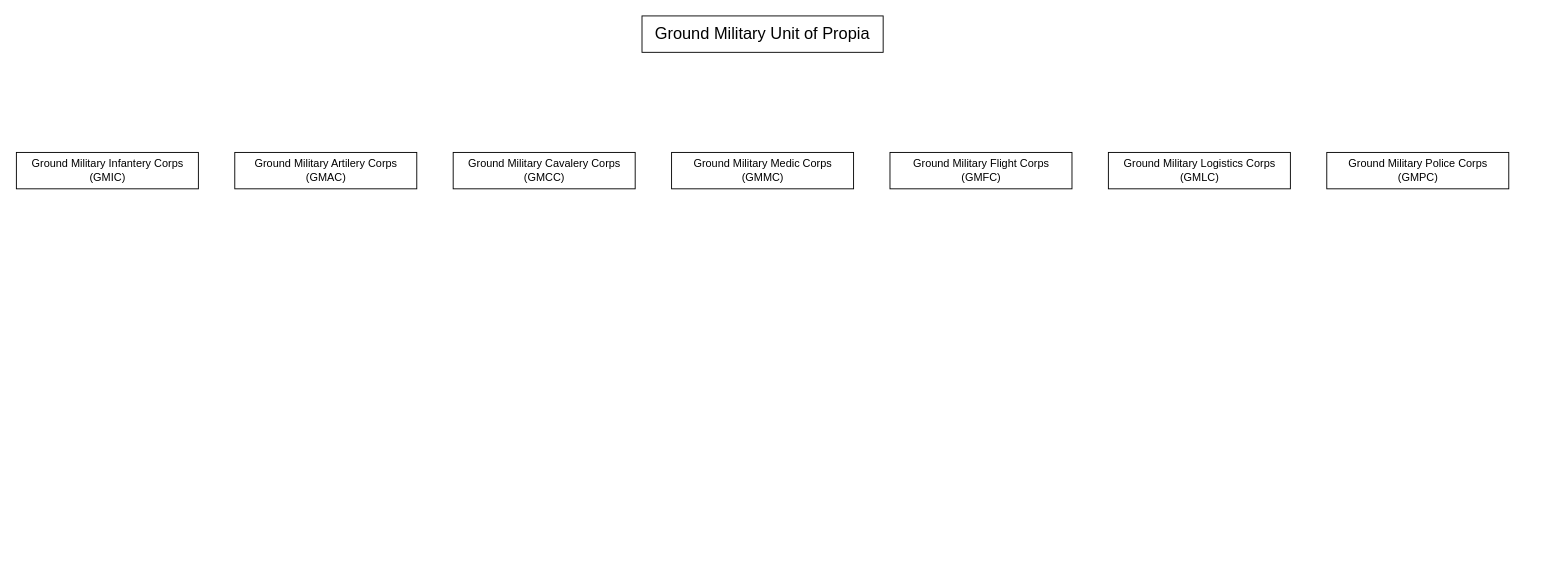
Above: Note Project Core/Military Branch.drawio in maulanaaghnii/propia (draw.io), before the change. Source tidied: cells renumbered, new cells numbered last; positions are measured from the earlier drawing's top-left corner, leaving out a move shared by most shapes. Both pictures are drawn from the tidied source at 91%, with x=0, y=0 at pixel (15, 15).
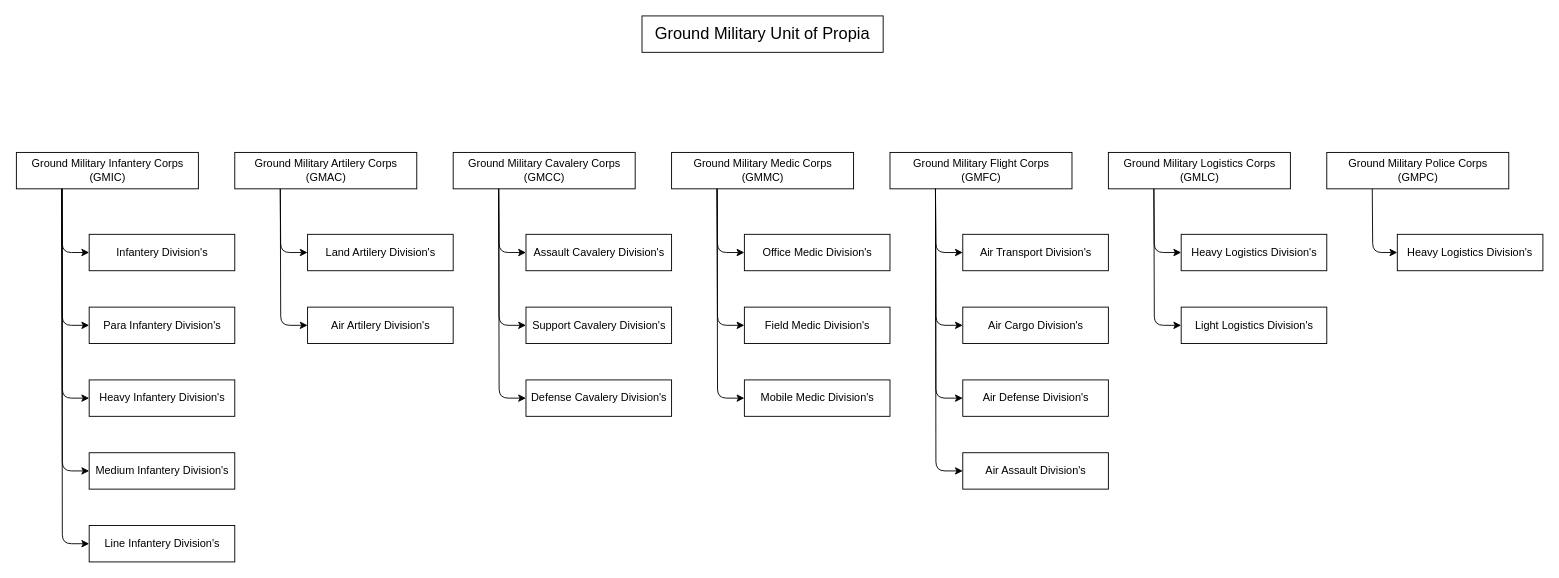
Above is the later version.

The change refers to these unchanged cells:
```xml
<mxCell id="3" value="Ground Military Infantery Corps&lt;br&gt;(GMIC)" style="rounded=0;whiteSpace=wrap;html=1;" parent="1" vertex="1">
  <mxGeometry x="0.5" y="150" width="200" height="40" as="geometry" />
</mxCell>
<mxCell id="7" value="Ground Military Police Corps&lt;br&gt;(GMPC)" style="rounded=0;whiteSpace=wrap;html=1;" parent="1" vertex="1">
  <mxGeometry x="1440.5" y="150" width="200" height="40" as="geometry" />
</mxCell>
```

The edit, as a diff of the source:
```diff
@@
+    <mxCell id="10" value="Infantery Division's" style="rounded=0;whiteSpace=wrap;html=1;" parent="1" vertex="1">
+      <mxGeometry x="80.5" y="240" width="160" height="40" as="geometry" />
+    </mxCell>
+    <mxCell id="11" value="Heavy Infantery Division's" style="rounded=0;whiteSpace=wrap;html=1;" parent="1" vertex="1">
+      <mxGeometry x="80.5" y="400" width="160" height="40" as="geometry" />
+    </mxCell>
+    <mxCell id="12" value="Para Infantery Division's" style="rounded=0;whiteSpace=wrap;html=1;" parent="1" vertex="1">
+      <mxGeometry x="80.5" y="320" width="160" height="40" as="geometry" />
+    </mxCell>
+    <mxCell id="13" value="Medium Infantery Division's" style="rounded=0;whiteSpace=wrap;html=1;" parent="1" vertex="1">
+      <mxGeometry x="80.5" y="480" width="160" height="40" as="geometry" />
+    </mxCell>
+    <mxCell id="14" value="Line Infantery Division's" style="rounded=0;whiteSpace=wrap;html=1;" parent="1" vertex="1">
+      <mxGeometry x="80.5" y="560" width="160" height="40" as="geometry" />
+    </mxCell>
+    <mxCell id="15" style="endArrow=classic;html=1;exitX=0.25;exitY=1;exitDx=0;exitDy=0;entryX=0;entryY=0.5;entryDx=0;entryDy=0;" parent="1" edge="1" source="3" target="14">
+      <mxGeometry relative="1" as="geometry">
+        <Array as="points">
+          <mxPoint x="51" y="580" />
+        </Array>
+      </mxGeometry>
+    </mxCell>
+    <mxCell id="16" style="endArrow=classic;html=1;exitX=0.25;exitY=1;exitDx=0;exitDy=0;entryX=0;entryY=0.5;entryDx=0;entryDy=0;" parent="1" edge="1" source="3" target="13">
+      <mxGeometry relative="1" as="geometry">
+        <Array as="points">
+          <mxPoint x="51" y="500" />
+        </Array>
+      </mxGeometry>
+    </mxCell>
+    <mxCell id="17" style="endArrow=classic;html=1;exitX=0.25;exitY=1;exitDx=0;exitDy=0;entryX=0;entryY=0.5;entryDx=0;entryDy=0;" parent="1" edge="1" source="3" target="11">
+      <mxGeometry relative="1" as="geometry">
+        <Array as="points">
+          <mxPoint x="51" y="420" />
+        </Array>
+      </mxGeometry>
+    </mxCell>
+    <mxCell id="18" style="endArrow=classic;html=1;exitX=0.25;exitY=1;exitDx=0;exitDy=0;entryX=0;entryY=0.5;entryDx=0;entryDy=0;" parent="1" edge="1" source="3" target="12">
+      <mxGeometry relative="1" as="geometry">
+        <Array as="points">
+          <mxPoint x="51" y="340" />
+        </Array>
+      </mxGeometry>
+    </mxCell>
+    <mxCell id="19" style="endArrow=classic;html=1;exitX=0.25;exitY=1;exitDx=0;exitDy=0;entryX=0;entryY=0.5;entryDx=0;entryDy=0;" parent="1" edge="1" source="3" target="10">
+      <mxGeometry relative="1" as="geometry">
+        <Array as="points">
+          <mxPoint x="51" y="260" />
+        </Array>
+      </mxGeometry>
+    </mxCell>
+    <mxCell id="20" value="Land Artilery Division's" style="rounded=0;whiteSpace=wrap;html=1;" parent="1" vertex="1">
+      <mxGeometry x="320.5" y="240" width="160" height="40" as="geometry" />
+    </mxCell>
+    <mxCell id="21" value="Air Artilery Division's" style="rounded=0;whiteSpace=wrap;html=1;" parent="1" vertex="1">
+      <mxGeometry x="320.5" y="320" width="160" height="40" as="geometry" />
+    </mxCell>
+    <mxCell id="22" style="endArrow=classic;html=1;exitX=0.25;exitY=1;exitDx=0;exitDy=0;entryX=0;entryY=0.5;entryDx=0;entryDy=0;" parent="1" edge="1">
+      <mxGeometry relative="1" as="geometry">
+        <mxPoint x="290.5" y="190" as="sourcePoint" />
+        <mxPoint x="320.5" y="340" as="targetPoint" />
+        <Array as="points">
+          <mxPoint x="291" y="340" />
+        </Array>
+      </mxGeometry>
+    </mxCell>
+    <mxCell id="23" style="endArrow=classic;html=1;exitX=0.25;exitY=1;exitDx=0;exitDy=0;entryX=0;entryY=0.5;entryDx=0;entryDy=0;" parent="1" edge="1">
+      <mxGeometry relative="1" as="geometry">
+        <mxPoint x="290.5" y="190" as="sourcePoint" />
+        <mxPoint x="320.5" y="260" as="targetPoint" />
+        <Array as="points">
+          <mxPoint x="291" y="260" />
+        </Array>
+      </mxGeometry>
+    </mxCell>
+    <mxCell id="24" value="Assault Cavalery Division's" style="rounded=0;whiteSpace=wrap;html=1;" parent="1" vertex="1">
+      <mxGeometry x="560.5" y="240" width="160" height="40" as="geometry" />
+    </mxCell>
+    <mxCell id="25" value="Defense Cavalery Division's" style="rounded=0;whiteSpace=wrap;html=1;" parent="1" vertex="1">
+      <mxGeometry x="560.5" y="400" width="160" height="40" as="geometry" />
+    </mxCell>
+    <mxCell id="26" value="Support Cavalery Division's" style="rounded=0;whiteSpace=wrap;html=1;" parent="1" vertex="1">
+      <mxGeometry x="560.5" y="320" width="160" height="40" as="geometry" />
+    </mxCell>
+    <mxCell id="27" style="endArrow=classic;html=1;exitX=0.25;exitY=1;exitDx=0;exitDy=0;entryX=0;entryY=0.5;entryDx=0;entryDy=0;" parent="1" edge="1">
+      <mxGeometry relative="1" as="geometry">
+        <mxPoint x="530.5" y="190" as="sourcePoint" />
+        <mxPoint x="560.5" y="420" as="targetPoint" />
+        <Array as="points">
+          <mxPoint x="531" y="420" />
+        </Array>
+      </mxGeometry>
+    </mxCell>
+    <mxCell id="28" style="endArrow=classic;html=1;exitX=0.25;exitY=1;exitDx=0;exitDy=0;entryX=0;entryY=0.5;entryDx=0;entryDy=0;" parent="1" edge="1">
+      <mxGeometry relative="1" as="geometry">
+        <mxPoint x="530.5" y="190" as="sourcePoint" />
+        <mxPoint x="560.5" y="340" as="targetPoint" />
+        <Array as="points">
+          <mxPoint x="531" y="340" />
+        </Array>
+      </mxGeometry>
+    </mxCell>
+    <mxCell id="29" style="endArrow=classic;html=1;exitX=0.25;exitY=1;exitDx=0;exitDy=0;entryX=0;entryY=0.5;entryDx=0;entryDy=0;" parent="1" edge="1">
+      <mxGeometry relative="1" as="geometry">
+        <mxPoint x="530.5" y="190" as="sourcePoint" />
+        <mxPoint x="560.5" y="260" as="targetPoint" />
+        <Array as="points">
+          <mxPoint x="531" y="260" />
+        </Array>
+      </mxGeometry>
+    </mxCell>
+    <mxCell id="30" value="Office Medic Division's" style="rounded=0;whiteSpace=wrap;html=1;" parent="1" vertex="1">
+      <mxGeometry x="800.5" y="240" width="160" height="40" as="geometry" />
+    </mxCell>
+    <mxCell id="31" value="Mobile Medic Division's" style="rounded=0;whiteSpace=wrap;html=1;" parent="1" vertex="1">
+      <mxGeometry x="800.5" y="400" width="160" height="40" as="geometry" />
+    </mxCell>
+    <mxCell id="32" value="Field Medic Division's" style="rounded=0;whiteSpace=wrap;html=1;" parent="1" vertex="1">
+      <mxGeometry x="800.5" y="320" width="160" height="40" as="geometry" />
+    </mxCell>
+    <mxCell id="33" style="endArrow=classic;html=1;exitX=0.25;exitY=1;exitDx=0;exitDy=0;entryX=0;entryY=0.5;entryDx=0;entryDy=0;" parent="1" edge="1">
+      <mxGeometry relative="1" as="geometry">
+        <mxPoint x="770.5" y="190" as="sourcePoint" />
+        <mxPoint x="800.5" y="420" as="targetPoint" />
+        <Array as="points">
+          <mxPoint x="771" y="420" />
+        </Array>
+      </mxGeometry>
+    </mxCell>
+    <mxCell id="34" style="endArrow=classic;html=1;exitX=0.25;exitY=1;exitDx=0;exitDy=0;entryX=0;entryY=0.5;entryDx=0;entryDy=0;" parent="1" edge="1">
+      <mxGeometry relative="1" as="geometry">
+        <mxPoint x="770.5" y="190" as="sourcePoint" />
+        <mxPoint x="800.5" y="340" as="targetPoint" />
+        <Array as="points">
+          <mxPoint x="771" y="340" />
+        </Array>
+      </mxGeometry>
+    </mxCell>
+    <mxCell id="35" style="endArrow=classic;html=1;exitX=0.25;exitY=1;exitDx=0;exitDy=0;entryX=0;entryY=0.5;entryDx=0;entryDy=0;" parent="1" edge="1">
+      <mxGeometry relative="1" as="geometry">
+        <mxPoint x="770.5" y="190" as="sourcePoint" />
+        <mxPoint x="800.5" y="260" as="targetPoint" />
+        <Array as="points">
+          <mxPoint x="771" y="260" />
+        </Array>
+      </mxGeometry>
+    </mxCell>
+    <mxCell id="36" value="Air Transport Division's" style="rounded=0;whiteSpace=wrap;html=1;" parent="1" vertex="1">
+      <mxGeometry x="1040.5" y="240" width="160" height="40" as="geometry" />
+    </mxCell>
+    <mxCell id="37" value="Air Defense Division's" style="rounded=0;whiteSpace=wrap;html=1;" parent="1" vertex="1">
+      <mxGeometry x="1040.5" y="400" width="160" height="40" as="geometry" />
+    </mxCell>
+    <mxCell id="38" value="Air Cargo Division's" style="rounded=0;whiteSpace=wrap;html=1;" parent="1" vertex="1">
+      <mxGeometry x="1040.5" y="320" width="160" height="40" as="geometry" />
+    </mxCell>
+    <mxCell id="39" value="Air Assault Division's" style="rounded=0;whiteSpace=wrap;html=1;" parent="1" vertex="1">
+      <mxGeometry x="1040.5" y="480" width="160" height="40" as="geometry" />
+    </mxCell>
+    <mxCell id="40" style="endArrow=classic;html=1;exitX=0.25;exitY=1;exitDx=0;exitDy=0;entryX=0;entryY=0.5;entryDx=0;entryDy=0;" parent="1" edge="1" target="39">
+      <mxGeometry relative="1" as="geometry">
+        <mxPoint x="1010.5" y="190" as="sourcePoint" />
+        <Array as="points">
+          <mxPoint x="1011" y="500" />
+        </Array>
+      </mxGeometry>
+    </mxCell>
+    <mxCell id="41" style="endArrow=classic;html=1;exitX=0.25;exitY=1;exitDx=0;exitDy=0;entryX=0;entryY=0.5;entryDx=0;entryDy=0;" parent="1" edge="1" target="37">
+      <mxGeometry relative="1" as="geometry">
+        <mxPoint x="1010.5" y="190" as="sourcePoint" />
+        <Array as="points">
+          <mxPoint x="1011" y="420" />
+        </Array>
+      </mxGeometry>
+    </mxCell>
+    <mxCell id="42" style="endArrow=classic;html=1;exitX=0.25;exitY=1;exitDx=0;exitDy=0;entryX=0;entryY=0.5;entryDx=0;entryDy=0;" parent="1" edge="1" target="38">
+      <mxGeometry relative="1" as="geometry">
+        <mxPoint x="1010.5" y="190" as="sourcePoint" />
+        <Array as="points">
+          <mxPoint x="1011" y="340" />
+        </Array>
+      </mxGeometry>
+    </mxCell>
+    <mxCell id="43" style="endArrow=classic;html=1;exitX=0.25;exitY=1;exitDx=0;exitDy=0;entryX=0;entryY=0.5;entryDx=0;entryDy=0;" parent="1" edge="1" target="36">
+      <mxGeometry relative="1" as="geometry">
+        <mxPoint x="1010.5" y="190" as="sourcePoint" />
+        <Array as="points">
+          <mxPoint x="1011" y="260" />
+        </Array>
+      </mxGeometry>
+    </mxCell>
+    <mxCell id="44" value="Heavy Logistics Division's" style="rounded=0;whiteSpace=wrap;html=1;" parent="1" vertex="1">
+      <mxGeometry x="1280.5" y="240" width="160" height="40" as="geometry" />
+    </mxCell>
+    <mxCell id="45" value="Light Logistics Division's" style="rounded=0;whiteSpace=wrap;html=1;" parent="1" vertex="1">
+      <mxGeometry x="1280.5" y="320" width="160" height="40" as="geometry" />
+    </mxCell>
+    <mxCell id="46" style="endArrow=classic;html=1;exitX=0.25;exitY=1;exitDx=0;exitDy=0;entryX=0;entryY=0.5;entryDx=0;entryDy=0;" parent="1" edge="1" target="45">
+      <mxGeometry relative="1" as="geometry">
+        <mxPoint x="1250.5" y="190" as="sourcePoint" />
+        <Array as="points">
+          <mxPoint x="1251" y="340" />
+        </Array>
+      </mxGeometry>
+    </mxCell>
+    <mxCell id="47" style="endArrow=classic;html=1;exitX=0.25;exitY=1;exitDx=0;exitDy=0;entryX=0;entryY=0.5;entryDx=0;entryDy=0;" parent="1" edge="1" target="44">
+      <mxGeometry relative="1" as="geometry">
+        <mxPoint x="1250.5" y="190" as="sourcePoint" />
+        <Array as="points">
+          <mxPoint x="1251" y="260" />
+        </Array>
+      </mxGeometry>
+    </mxCell>
+    <mxCell id="48" value="Heavy Logistics Division's" style="rounded=0;whiteSpace=wrap;html=1;" parent="1" vertex="1">
+      <mxGeometry x="1518" y="240" width="160" height="40" as="geometry" />
+    </mxCell>
+    <mxCell id="49" style="endArrow=classic;html=1;entryX=0;entryY=0.5;entryDx=0;entryDy=0;exitX=0.25;exitY=1;exitDx=0;exitDy=0;" parent="1" edge="1" source="7" target="48">
+      <mxGeometry relative="1" as="geometry">
+        <Array as="points">
+          <mxPoint x="1491" y="260" />
+        </Array>
+      </mxGeometry>
+    </mxCell>
```
